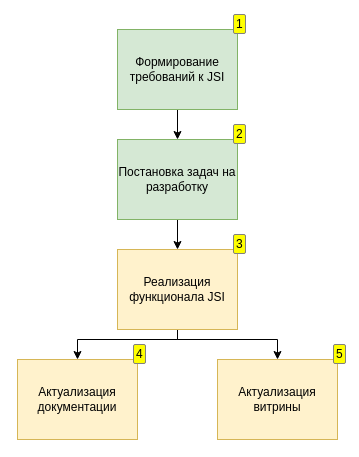
Above: dc-webview-old-flow.drawio in Lomovskiy/drawio (draw.io), before the change. Source tidied: cells renumbered, new cells numbered last; positions are measured from the earlier drawing's top-left corner, leaving out a move shared by most shapes. Both pictures are drawn from the tidied source at 100%, with x=0, y=0 at pixel (17, 29).
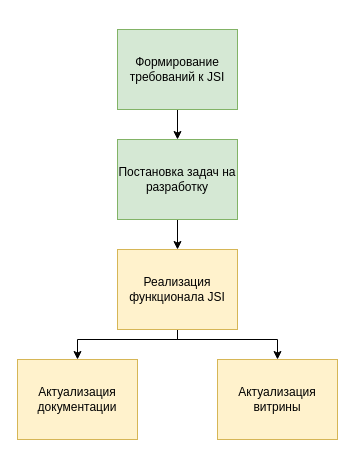
After the change.

Change to the diagram source:
```diff
@@
 <mxGraphModel>
   <root>
     <mxCell id="0" />
     <mxCell id="1" parent="0" />
     <mxCell id="2" style="edgeStyle=orthogonalEdgeStyle;rounded=0;jettySize=auto;html=1;exitX=0.5;exitY=1;exitDx=0;exitDy=0;entryX=0.5;entryY=0;entryDx=0;entryDy=0;" parent="1" edge="1" source="3" target="5">
       <mxGeometry relative="1" as="geometry" />
     </mxCell>
-    <mxCell id="3" value="Формирование требований к JSI" style="rounded=0;whiteSpace=wrap;html=1;enumerate=1;fillColor=#d5e8d4;strokeColor=#82b366;" parent="1" vertex="1">
+    <mxCell id="3" value="Формирование требований к JSI" style="rounded=0;whiteSpace=wrap;html=1;enumerate=0;fillColor=#d5e8d4;strokeColor=#82b366;" parent="1" vertex="1">
       <mxGeometry x="100" width="120" height="80" as="geometry" />
     </mxCell>
     <mxCell id="4" style="edgeStyle=orthogonalEdgeStyle;rounded=0;jettySize=auto;html=1;exitX=0.5;exitY=1;exitDx=0;exitDy=0;entryX=0.5;entryY=0;entryDx=0;entryDy=0;" parent="1" edge="1" source="5" target="8">
       <mxGeometry relative="1" as="geometry" />
     </mxCell>
-    <mxCell id="5" value="Постановка задач на разработку" style="rounded=0;whiteSpace=wrap;html=1;enumerate=1;fillColor=#d5e8d4;strokeColor=#82b366;" parent="1" vertex="1">
+    <mxCell id="5" value="Постановка задач на разработку" style="rounded=0;whiteSpace=wrap;html=1;enumerate=0;fillColor=#d5e8d4;strokeColor=#82b366;" parent="1" vertex="1">
       <mxGeometry x="100" y="110" width="120" height="80" as="geometry" />
     </mxCell>
     <mxCell id="6" style="edgeStyle=orthogonalEdgeStyle;rounded=0;jettySize=auto;html=1;exitX=0.5;exitY=1;exitDx=0;exitDy=0;entryX=0.5;entryY=0;entryDx=0;entryDy=0;" parent="1" edge="1" source="8" target="9">
       <mxGeometry relative="1" as="geometry">
         <Array as="points">
           <mxPoint x="160" y="310" />
           <mxPoint x="60" y="310" />
         </Array>
       </mxGeometry>
     </mxCell>
     <mxCell id="7" style="edgeStyle=orthogonalEdgeStyle;rounded=0;jettySize=auto;html=1;exitX=0.5;exitY=1;exitDx=0;exitDy=0;entryX=0.5;entryY=0;entryDx=0;entryDy=0;" parent="1" edge="1" source="8" target="10">
       <mxGeometry relative="1" as="geometry">
         <Array as="points">
           <mxPoint x="160" y="310" />
           <mxPoint x="260" y="310" />
         </Array>
       </mxGeometry>
     </mxCell>
-    <mxCell id="8" value="Реализация функционала JSI" style="rounded=0;whiteSpace=wrap;html=1;enumerate=1;fillColor=#fff2cc;strokeColor=#d6b656;" parent="1" vertex="1">
+    <mxCell id="8" value="Реализация функционала JSI" style="rounded=0;whiteSpace=wrap;html=1;enumerate=0;fillColor=#fff2cc;strokeColor=#d6b656;" parent="1" vertex="1">
       <mxGeometry x="100" y="220" width="120" height="80" as="geometry" />
     </mxCell>
-    <mxCell id="9" value="Актуализация документации" style="rounded=0;whiteSpace=wrap;html=1;enumerate=1;fillColor=#fff2cc;strokeColor=#d6b656;" parent="1" vertex="1">
+    <mxCell id="9" value="Актуализация документации" style="rounded=0;whiteSpace=wrap;html=1;enumerate=0;fillColor=#fff2cc;strokeColor=#d6b656;" parent="1" vertex="1">
       <mxGeometry y="330" width="120" height="80" as="geometry" />
     </mxCell>
-    <mxCell id="10" value="Актуализация витрины" style="rounded=0;whiteSpace=wrap;html=1;enumerate=1;fillColor=#fff2cc;strokeColor=#d6b656;" parent="1" vertex="1">
+    <mxCell id="10" value="Актуализация витрины" style="rounded=0;whiteSpace=wrap;html=1;enumerate=0;fillColor=#fff2cc;strokeColor=#d6b656;" parent="1" vertex="1">
       <mxGeometry x="200" y="330" width="120" height="80" as="geometry" />
     </mxCell>
   </root>
 </mxGraphModel>
```
